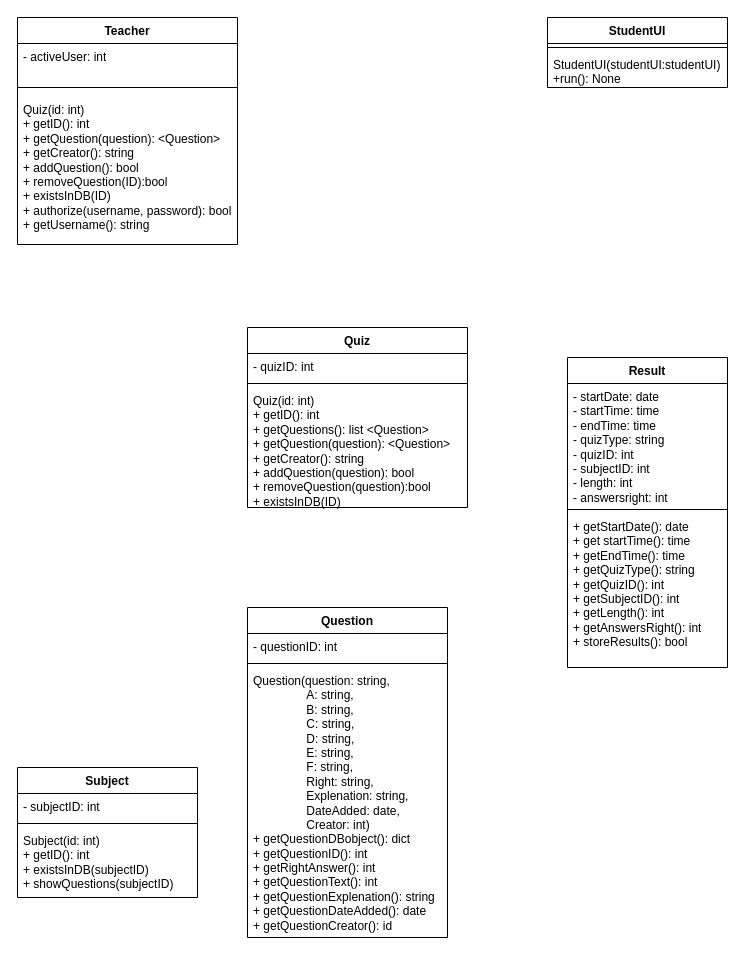
hartrocker/MultipleChoiceQuizer keeps this draw.io diagram as models/MCQuizer class diagram.drawio. Above is the earlier version. Source tidied: cells renumbered, new cells numbered last; positions are measured from the earlier drawing's top-left corner, leaving out a move shared by most shapes. Both pictures are drawn from the tidied source at 100%, with x=0, y=0 at pixel (17, 17).
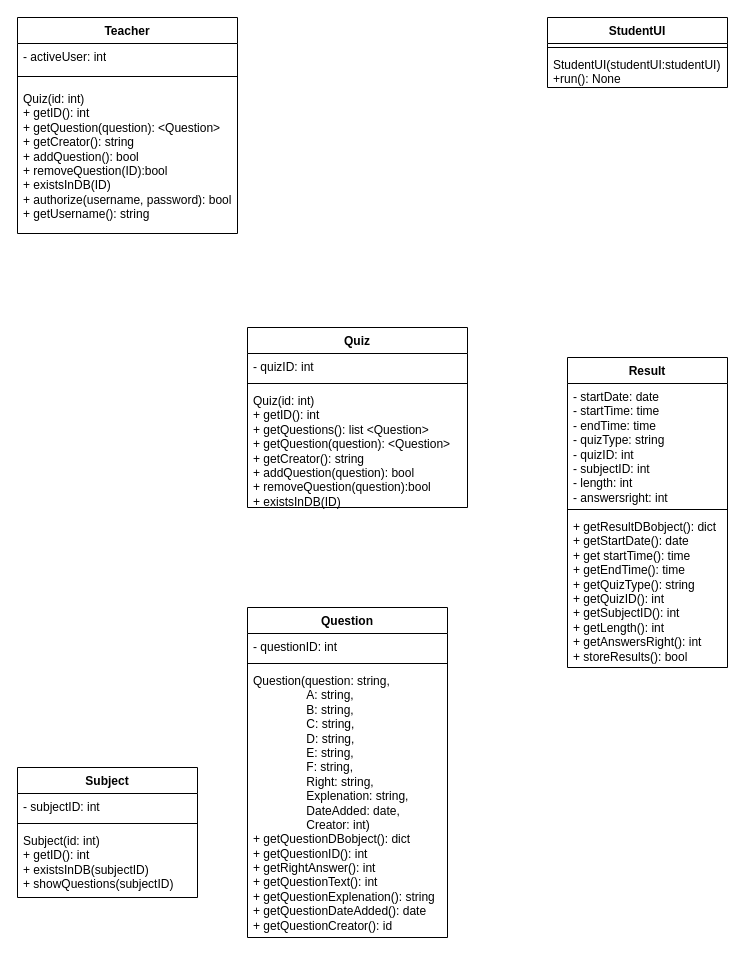
Above is the later version.

Unchanged cells that the change refers to:
```xml
<mxCell id="10" value="Result" style="swimlane;fontStyle=1;align=center;verticalAlign=top;horizontal=1;startSize=26;whiteSpace=wrap;html=1;" parent="1" vertex="1">
  <mxGeometry x="550" y="340" width="160" height="310" as="geometry" />
</mxCell>
```

The edit, as a diff of the source:
```diff
@@
-    <mxCell id="13" value="&lt;div&gt;+ getStartDate(): date&lt;/div&gt;&lt;div&gt;+ get startTime(): time&lt;/div&gt;&lt;div&gt;+ getEndTime(): time&lt;/div&gt;&lt;div&gt;+ getQuizType(): string&lt;/div&gt;&lt;div&gt;+ getQuizID(): int&lt;/div&gt;&lt;div&gt;+ getSubjectID(): int&lt;/div&gt;&lt;div&gt;+ getLength(): int&lt;/div&gt;&lt;div&gt;+ getAnswersRight(): int&lt;/div&gt;&lt;div&gt;+ storeResults(): bool&lt;/div&gt;" style="text;strokeColor=none;fillColor=none;align=left;verticalAlign=top;spacingLeft=4;spacingRight=4;overflow=hidden;whiteSpace=wrap;html=1;" parent="10" vertex="1">
+    <mxCell id="13" value="&lt;div&gt;+ getResultDBobject(): dict&lt;/div&gt;&lt;div&gt;+ getStartDate(): date&lt;/div&gt;&lt;div&gt;+ get startTime(): time&lt;/div&gt;&lt;div&gt;+ getEndTime(): time&lt;/div&gt;&lt;div&gt;+ getQuizType(): string&lt;/div&gt;&lt;div&gt;+ getQuizID(): int&lt;/div&gt;&lt;div&gt;+ getSubjectID(): int&lt;/div&gt;&lt;div&gt;+ getLength(): int&lt;/div&gt;&lt;div&gt;+ getAnswersRight(): int&lt;/div&gt;&lt;div&gt;+ storeResults(): bool&lt;/div&gt;" style="text;strokeColor=none;fillColor=none;align=left;verticalAlign=top;spacingLeft=4;spacingRight=4;overflow=hidden;whiteSpace=wrap;html=1;" parent="10" vertex="1">
       <mxGeometry y="156" width="160" height="154" as="geometry" />
     </mxCell>
@@
     <mxCell id="21" value="Teacher" style="swimlane;fontStyle=1;align=center;verticalAlign=top;horizontal=1;startSize=26;whiteSpace=wrap;html=1;" parent="1" vertex="1">
-      <mxGeometry width="220" height="227" as="geometry" />
+      <mxGeometry width="220" height="216" as="geometry" />
     </mxCell>
     <mxCell id="22" value="&lt;div&gt;- activeUser: int&lt;/div&gt;&lt;div&gt;&lt;br&gt;&lt;/div&gt;" style="text;strokeColor=none;fillColor=none;align=left;verticalAlign=top;spacingLeft=4;spacingRight=4;overflow=hidden;whiteSpace=wrap;html=1;" parent="21" vertex="1">
-      <mxGeometry y="26" width="220" height="35" as="geometry" />
+      <mxGeometry y="26" width="220" height="24" as="geometry" />
     </mxCell>
     <mxCell id="23" style="line;strokeWidth=1;fillColor=none;align=left;verticalAlign=middle;spacingTop=-1;spacingLeft=3;spacingRight=3;labelPosition=right;strokeColor=inherit;labelPerimeter=1;" parent="21" vertex="1">
-      <mxGeometry y="61" width="220" height="18" as="geometry" />
+      <mxGeometry y="50" width="220" height="18" as="geometry" />
     </mxCell>
     <mxCell id="24" value="&lt;div&gt;Quiz(id: int)&lt;/div&gt;&lt;div&gt;+ getID(): int&lt;/div&gt;&lt;div&gt;+ getQuestion(question): &amp;lt;Question&amp;gt;&lt;/div&gt;&lt;div&gt;+ getCreator(): string&lt;/div&gt;&lt;div&gt;+ addQuestion(): bool&lt;/div&gt;&lt;div&gt;+ removeQuestion(ID):bool&lt;/div&gt;&lt;div&gt;+ existsInDB(ID)&lt;/div&gt;&lt;div&gt;+ authorize(username, password): bool&lt;/div&gt;&lt;div&gt;+ getUsername(): string&lt;/div&gt;" style="text;strokeColor=none;fillColor=none;align=left;verticalAlign=top;spacingLeft=4;spacingRight=4;overflow=hidden;whiteSpace=wrap;html=1;" parent="21" vertex="1">
-      <mxGeometry y="79" width="220" height="148" as="geometry" />
+      <mxGeometry y="68" width="220" height="148" as="geometry" />
     </mxCell>
```
